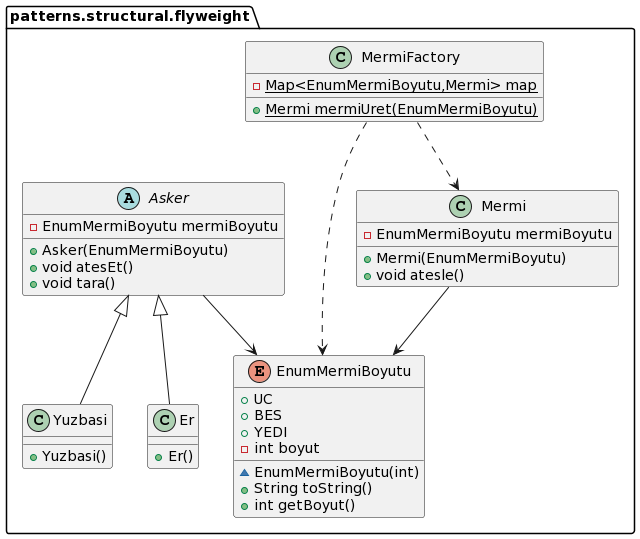
Before: umls/structural/FlyweightUML.png, a diagram exported from PlantUML (MertBaran/Design-Patterns). The source it was exported from:
```plantuml
@startuml
class patterns.structural.flyweight.MermiFactory {
- {static} Map<EnumMermiBoyutu,Mermi> map
+ {static} Mermi mermiUret(EnumMermiBoyutu)
}
class patterns.structural.flyweight.Yuzbasi {
+ Yuzbasi()
}
abstract class patterns.structural.flyweight.Asker {
- EnumMermiBoyutu mermiBoyutu
+ Asker(EnumMermiBoyutu)
+ void atesEt()
+ void tara()
}
class patterns.structural.flyweight.Er {
+ Er()
}
enum patterns.structural.flyweight.EnumMermiBoyutu {
+  UC
+  BES
+  YEDI
- int boyut
~ EnumMermiBoyutu(int)
+ String toString()
+ int getBoyut()
}
class patterns.structural.flyweight.Mermi {
- EnumMermiBoyutu mermiBoyutu
+ Mermi(EnumMermiBoyutu)
+ void atesle()
}

patterns.structural.flyweight.MermiFactory ..> patterns.structural.flyweight.EnumMermiBoyutu
patterns.structural.flyweight.MermiFactory ..> patterns.structural.flyweight.Mermi
patterns.structural.flyweight.Asker --> patterns.structural.flyweight.EnumMermiBoyutu
patterns.structural.flyweight.Mermi --> patterns.structural.flyweight.EnumMermiBoyutu
patterns.structural.flyweight.Asker <|-- patterns.structural.flyweight.Yuzbasi
patterns.structural.flyweight.Asker <|-- patterns.structural.flyweight.Er
@enduml
```
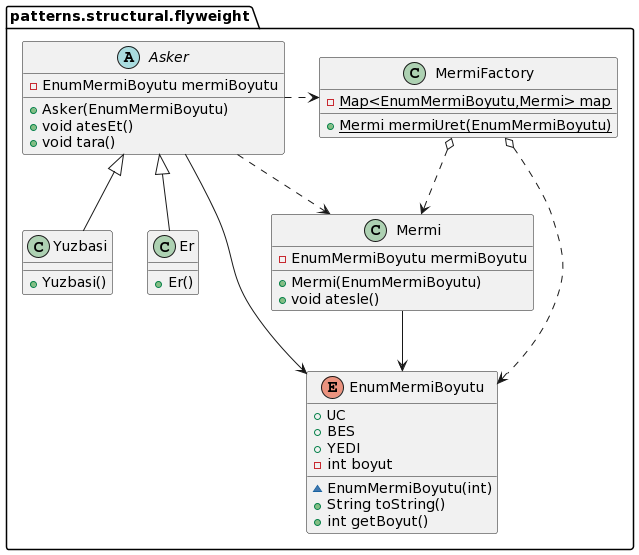
After the commit.

The edit, as a diff of the source:
```diff
@@ -30,9 +30,11 @@
 + void atesle()
 }
 
-patterns.structural.flyweight.MermiFactory ..> patterns.structural.flyweight.EnumMermiBoyutu
-patterns.structural.flyweight.MermiFactory ..> patterns.structural.flyweight.Mermi
+patterns.structural.flyweight.MermiFactory o..> patterns.structural.flyweight.EnumMermiBoyutu
+patterns.structural.flyweight.MermiFactory o..> patterns.structural.flyweight.Mermi
 patterns.structural.flyweight.Asker --> patterns.structural.flyweight.EnumMermiBoyutu
+patterns.structural.flyweight.Asker .> patterns.structural.flyweight.MermiFactory
+patterns.structural.flyweight.Asker .> patterns.structural.flyweight.Mermi
 patterns.structural.flyweight.Mermi --> patterns.structural.flyweight.EnumMermiBoyutu
 patterns.structural.flyweight.Asker <|-- patterns.structural.flyweight.Yuzbasi
 patterns.structural.flyweight.Asker <|-- patterns.structural.flyweight.Er
```
